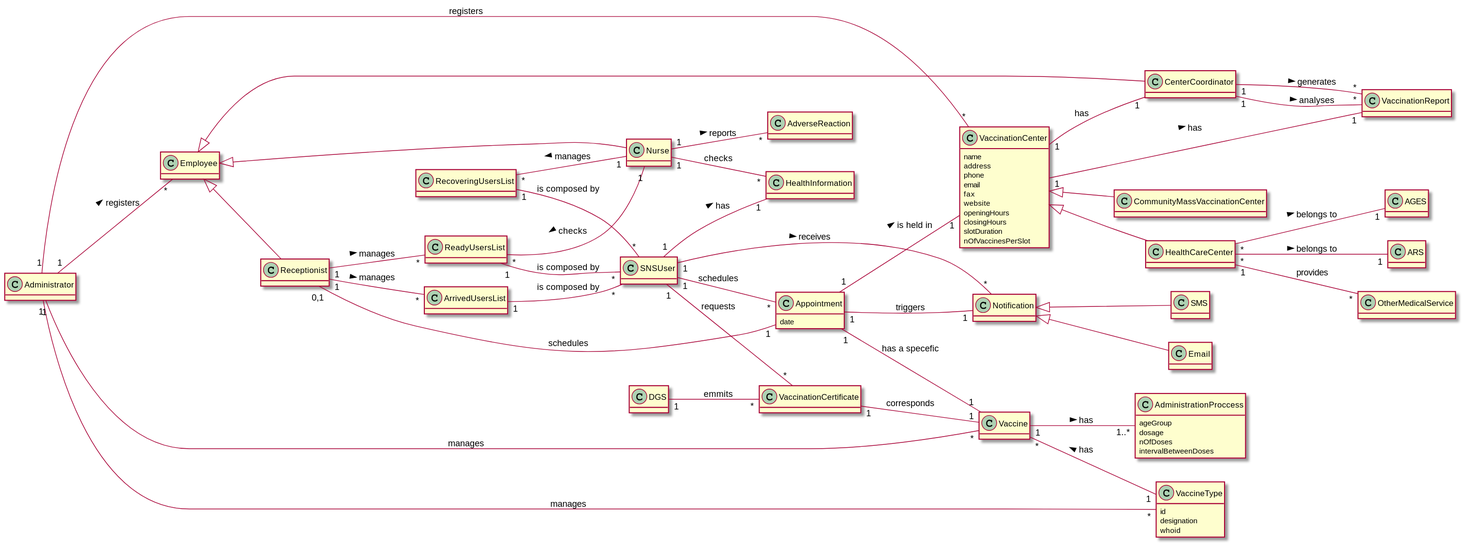
The PlantUML diagram docs/SprintA/DM.svg in miseEnPlace-i/lapr2, before a commit.
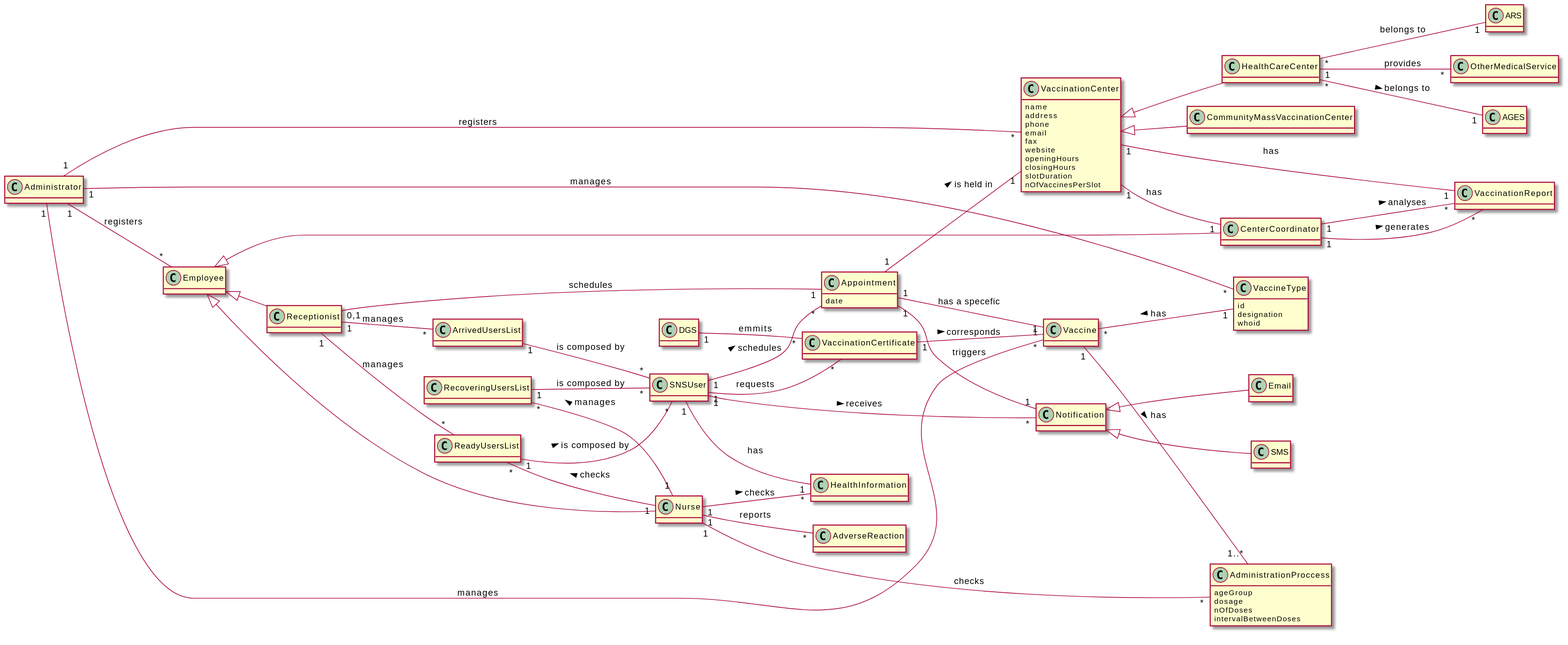
After the change.

Change to the diagram source:
```diff
@@ -70,29 +70,29 @@
 VaccinationCenter "1" -- "1" CenterCoordinator : has
 
 HealthCareCenter "*" -- "1" AGES : belongs to >
-HealthCareCenter "*" -- "1" ARS : belongs to >
+HealthCareCenter "*" -- "1" ARS : belongs to
 
 Appointment "1" -- "1" VaccinationCenter : is held in >
 Appointment "1" -- "1" Vaccine : has a specefic
 Appointment "1" -- "1" Notification : triggers
 
-Receptionist "1" -- "*" ReadyUsersList : manages >
-Receptionist "1" -- "*" ArrivedUsersList : manages >
+Receptionist "1" -- "*" ReadyUsersList : manages
+Receptionist "1" -- "*" ArrivedUsersList : manages
 
-ReadyUsersList "1" -- "*" SNSUser : is composed by
+ReadyUsersList "1" -- "*" SNSUser : is composed by >
 ArrivedUsersList "1" -- "*" SNSUser : is composed by
 RecoveringUsersList "1" -- "*" SNSUser : is composed by
 
 ReadyUsersList "*" -- "1" Nurse : checks <
 RecoveringUsersList "*" -- "1" Nurse : manages <
 
-Administrator "1" -- "*" Employee : registers >
+Administrator "1" -- "*" Employee : registers
 Administrator "1" -- "*" VaccinationCenter : registers
 Administrator "1" -- "*" VaccineType : manages
 Administrator "1" -- "*" Vaccine : manages
 
-SNSUser "1" -- "*" Appointment : schedules
-SNSUser "1" -- "1" HealthInformation : has >
+SNSUser "1" -- "*" Appointment : schedules >
+SNSUser "1" -- "1" HealthInformation : has
 
 Vaccine "1" -- "1..*" AdministrationProccess : has >
 
@@ -102,17 +102,19 @@
 
 SNSUser "1" -- "*" VaccinationCertificate : requests
 
-VaccinationCertificate "1" -- "1" Vaccine : corresponds
+VaccinationCertificate "1" -- "1" Vaccine : corresponds >
 DGS "1" -- "*" VaccinationCertificate : emmits
 
 Receptionist "0,1" -- "1" Appointment : schedules
 
-Nurse "1" -- "*" AdverseReaction : reports >
-Nurse "1" -- "*" HealthInformation : checks
+Nurse "1" -- "*" AdverseReaction : reports
+Nurse "1" -- "*" HealthInformation : checks >
 
-VaccinationCenter "1" -- "1" VaccinationReport : has >
+VaccinationCenter "1" -- "1" VaccinationReport : has
 CenterCoordinator "1" -- "*" VaccinationReport : analyses >
 CenterCoordinator "1" -- "*" VaccinationReport : generates >
+
+Nurse "1" -- "*" AdministrationProccess : checks
 
 Notification <|-- SMS
 Notification <|-- Email
```
